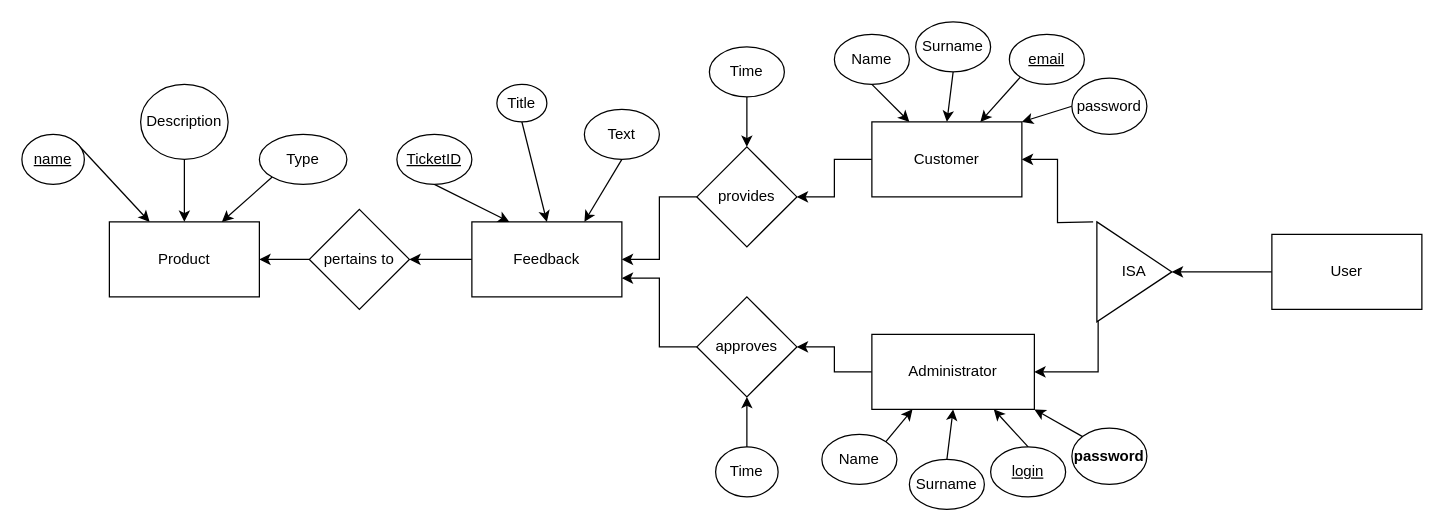
WildLeek/8005_project_Team11 keeps this draw.io diagram as 8005ER.drawio. Above is the earlier version. Source tidied: cells renumbered, new cells numbered last; positions are measured from the earlier drawing's top-left corner, leaving out a move shared by most shapes. Both pictures are drawn from the tidied source at 125%, with x=0, y=0 at pixel (21, 21).
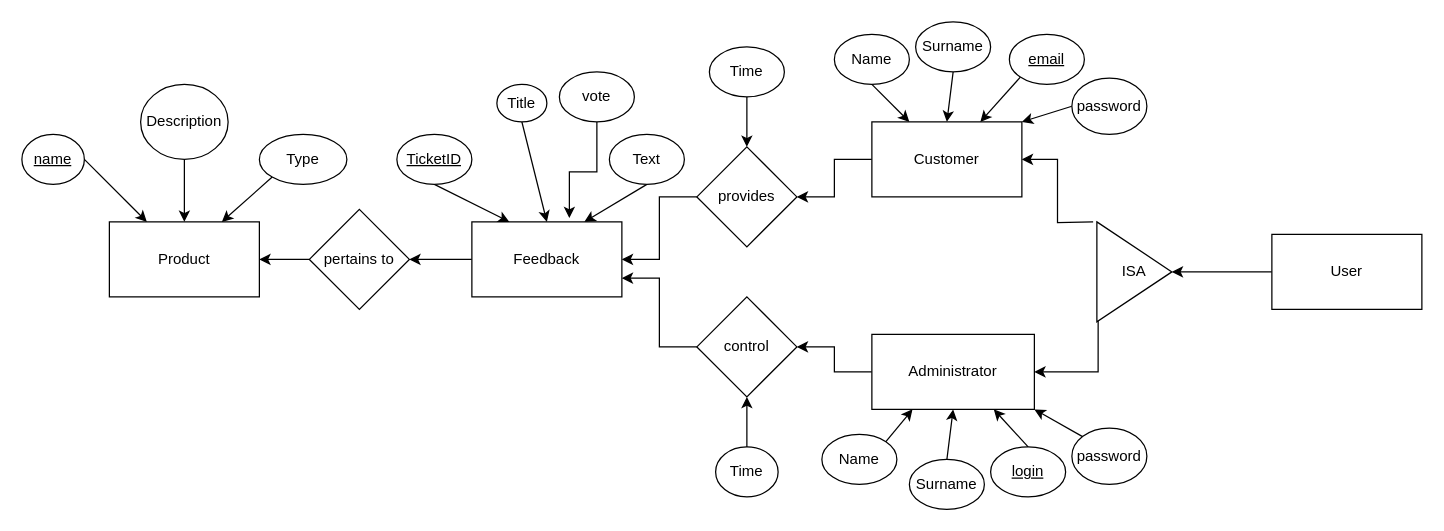
The same page after the edit.

Unchanged cells that the change refers to:
```xml
<mxCell id="12" value="Feedback" style="rounded=0;whiteSpace=wrap;html=1;" parent="1" vertex="1">
  <mxGeometry x="360" y="160" width="120" height="60" as="geometry" />
</mxCell>
<mxCell id="17" value="Product" style="rounded=0;whiteSpace=wrap;html=1;" parent="1" vertex="1">
  <mxGeometry x="70" y="160" width="120" height="60" as="geometry" />
</mxCell>
<mxCell id="21" value="name" style="ellipse;whiteSpace=wrap;html=1;fontStyle=4;" parent="1" vertex="1">
  <mxGeometry y="90" width="50" height="40" as="geometry" />
</mxCell>
```

What changed in the source:
```diff
@@
-    <mxCell id="16" value="approves" style="rhombus;whiteSpace=wrap;html=1;" parent="1" vertex="1">
+    <mxCell id="16" value="control&lt;br&gt;" style="rhombus;whiteSpace=wrap;html=1;" parent="1" vertex="1">
       <mxGeometry x="540" y="220" width="80" height="80" as="geometry" />
     </mxCell>
@@
-    <mxCell id="20" style="edgeStyle=none;rounded=0;jettySize=auto;html=1;exitX=1;exitY=0;exitDx=0;exitDy=0;" parent="1" edge="1" source="21" target="17">
+    <mxCell id="20" style="edgeStyle=none;rounded=0;jettySize=auto;html=1;exitX=1;exitY=0.5;exitDx=0;exitDy=0;" parent="1" edge="1" source="21" target="17">
       <mxGeometry relative="1" as="geometry" />
     </mxCell>
@@
     <mxCell id="31" value="Text" style="ellipse;whiteSpace=wrap;html=1;" parent="1" vertex="1">
-      <mxGeometry x="450" y="70" width="60" height="40" as="geometry" />
+      <mxGeometry x="470" y="90" width="60" height="40" as="geometry" />
     </mxCell>
@@
-    <mxCell id="51" value="password" style="ellipse;whiteSpace=wrap;html=1;fontStyle=1;" parent="1" vertex="1">
+    <mxCell id="51" value="password" style="ellipse;whiteSpace=wrap;html=1;fontStyle=0;" parent="1" vertex="1">
       <mxGeometry x="840" y="325" width="60" height="45" as="geometry" />
     </mxCell>
+    <mxCell id="52" style="edgeStyle=orthogonalEdgeStyle;rounded=0;jettySize=auto;html=1;exitX=1;exitY=0.5;exitDx=0;exitDy=0;entryX=0.65;entryY=-0.05;entryDx=0;entryDy=0;entryPerimeter=0;" parent="1" edge="1" source="53" target="12">
+      <mxGeometry relative="1" as="geometry" />
+    </mxCell>
+    <mxCell id="53" value="vote" style="ellipse;whiteSpace=wrap;html=1;direction=south;" parent="1" vertex="1">
+      <mxGeometry x="430" y="40" width="60" height="40" as="geometry" />
+    </mxCell>
```
